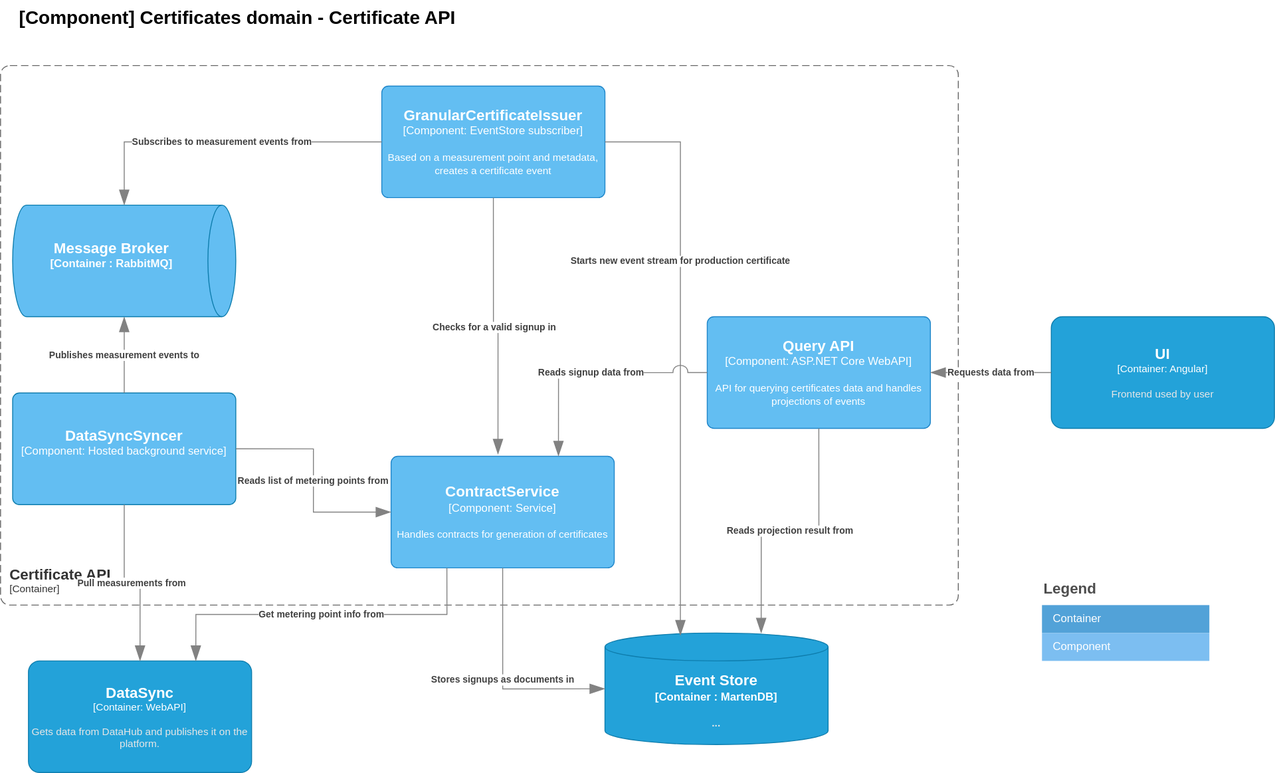
Energinet-DataHub/energy-origin keeps this draw.io diagram as doc/architecture/diagrams/certificates.current.component.certificate.api.drawio.svg. Above is the earlier version. Source tidied: cells renumbered, new cells last; positions are measured from the earlier drawing's top-left corner, leaving out a move shared by most shapes.
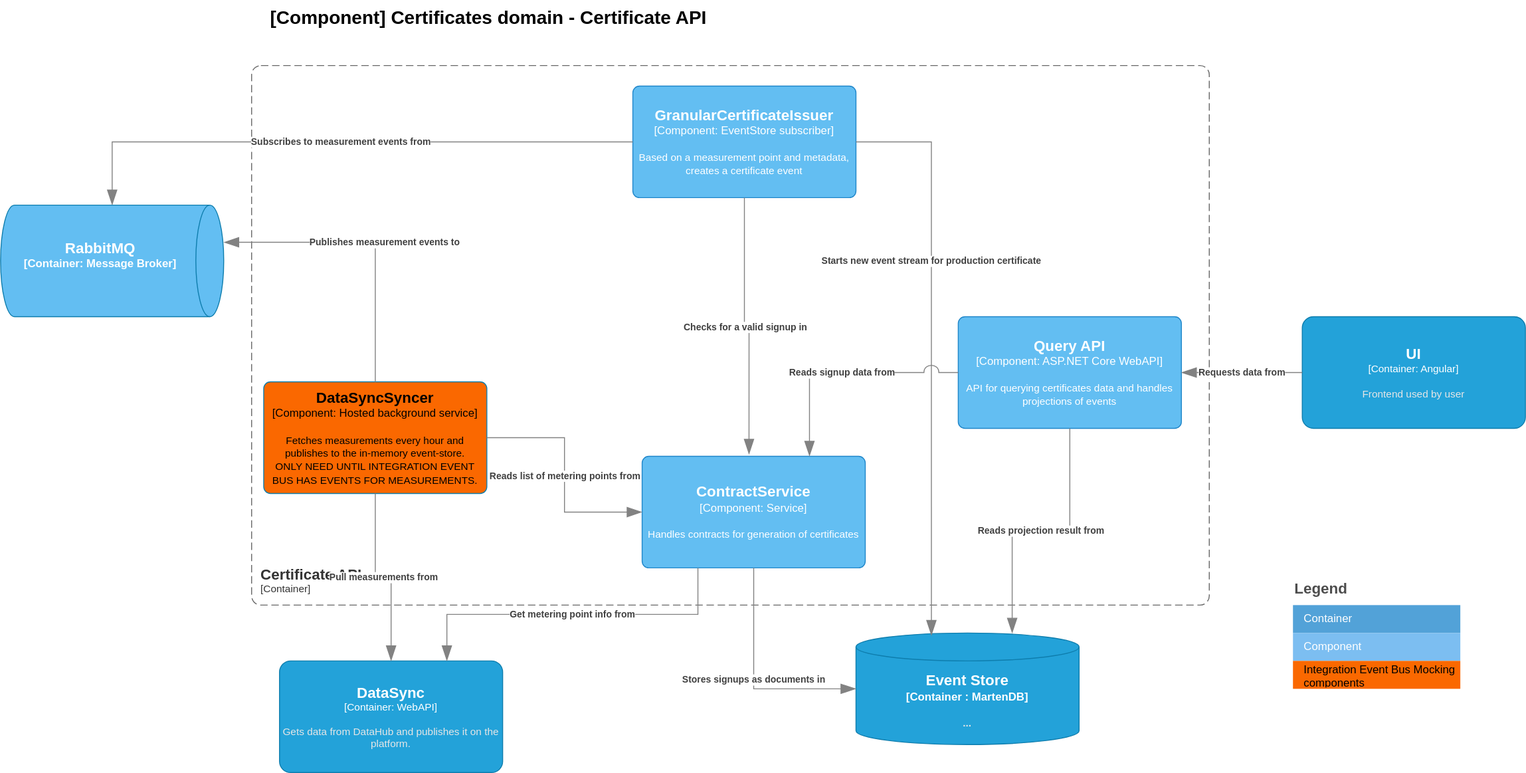
After the change.

Commit message:
Implemented PR review comments

The edit, as a diff of the source:
```diff
@@ -7,9 +7,9 @@
         <mxGeometry y="70" width="1030" height="580" as="geometry" />
       </mxCell>
     </object>
-    <object id="3" label="&lt;font style=&quot;font-size: 16px&quot;&gt;&lt;b&gt;%c4Name%&lt;/b&gt;&lt;/font&gt;&lt;div&gt;[%c4Type%: %c4Technology%]&lt;/div&gt;&lt;br&gt;&lt;div&gt;&lt;font style=&quot;font-size: 11px&quot;&gt;%c4Description%&lt;/font&gt;&lt;/div&gt;" c4Description="" c4Name="DataSyncSyncer" c4Technology="Hosted background service" c4Type="Component" placeholders="1">
-      <mxCell style="rounded=1;whiteSpace=wrap;html=1;labelBackgroundColor=none;fillColor=#63BEF2;align=center;arcSize=6;strokeColor=#0E7DAD;points=[[0.25,0,0],[0.5,0,0],[0.75,0,0],[1,0.25,0],[1,0.5,0],[1,0.75,0],[0.75,1,0],[0.5,1,0],[0.25,1,0],[0,0.75,0],[0,0.5,0],[0,0.25,0]];fontColor=#FFFFFF;" parent="1" vertex="1">
-        <mxGeometry x="13" y="422" width="240" height="120" as="geometry" />
+    <object id="3" label="&lt;font style=&quot;font-size: 16px&quot;&gt;&lt;b&gt;%c4Name%&lt;/b&gt;&lt;/font&gt;&lt;div&gt;[%c4Type%: %c4Technology%]&lt;/div&gt;&lt;br&gt;&lt;div&gt;&lt;font style=&quot;font-size: 11px&quot;&gt;%c4Description%&lt;/font&gt;&lt;/div&gt;" c4Description="Fetches measurements every hour and publishes to the in-memory event-store. &#10;ONLY NEED UNTIL INTEGRATION EVENT BUS HAS EVENTS FOR MEASUREMENTS." c4Name="DataSyncSyncer" c4Technology="Hosted background service" c4Type="Component" placeholders="1">
+      <mxCell style="rounded=1;whiteSpace=wrap;html=1;labelBackgroundColor=none;fillColor=#fa6800;align=center;arcSize=6;strokeColor=#0E7DAD;points=[[0.25,0,0],[0.5,0,0],[0.75,0,0],[1,0.25,0],[1,0.5,0],[1,0.75,0],[0.75,1,0],[0.5,1,0],[0.25,1,0],[0,0.75,0],[0,0.5,0],[0,0.25,0]];fontColor=#000000;" parent="1" vertex="1">
+        <mxGeometry x="13" y="410" width="240" height="120" as="geometry" />
       </mxCell>
     </object>
     <object id="4" label="&lt;font style=&quot;font-size: 16px&quot;&gt;&lt;b&gt;%c4Name%&lt;/b&gt;&lt;/font&gt;&lt;div&gt;[%c4Type%: %c4Technology%]&lt;/div&gt;&lt;br&gt;&lt;div&gt;&lt;font style=&quot;font-size: 11px&quot;&gt;%c4Description%&lt;/font&gt;&lt;/div&gt;" c4Description="Based on a measurement point and metadata, creates a certificate event" c4Name="GranularCertificateIssuer" c4Technology="EventStore subscriber" c4Type="Component" placeholders="1">
@@ -99,9 +99,9 @@
         <mxGeometry relative="1" as="geometry" />
       </mxCell>
     </object>
-    <object id="22" label="&lt;font style=&quot;font-size: 16px&quot;&gt;&lt;b&gt;%c4Type%&lt;/font&gt;&lt;div&gt;[%c4Container%:&amp;nbsp;%c4Technology%]&lt;/div&gt;&lt;br&gt;&lt;div&gt;&lt;font style=&quot;font-size: 11px&quot;&gt;&lt;font color=&quot;#E6E6E6&quot;&gt;%c4Description%&lt;/font&gt;&lt;/div&gt;" c4Container="Container " c4Description="" c4Technology="RabbitMQ" c4Type="Message Broker" placeholders="1">
+    <object id="22" label="&lt;font style=&quot;font-size: 16px&quot;&gt;&lt;b&gt;%c4Type%&lt;/font&gt;&lt;div&gt;[%c4Container%:&amp;nbsp;%c4Technology%]&lt;/div&gt;&lt;br&gt;&lt;div&gt;&lt;font style=&quot;font-size: 11px&quot;&gt;&lt;font color=&quot;#E6E6E6&quot;&gt;%c4Description%&lt;/font&gt;&lt;/div&gt;" c4Container="Container" c4Description="" c4Technology="Message Broker" c4Type="RabbitMQ" placeholders="1">
       <mxCell style="shape=cylinder3;size=15;direction=south;whiteSpace=wrap;html=1;boundedLbl=1;rounded=0;labelBackgroundColor=none;fillColor=#63BEF2;fontSize=12;fontColor=#ffffff;align=center;strokeColor=#0E7DAD;points=[[0.5,0,0],[1,0.25,0],[1,0.5,0],[1,0.75,0],[0.5,1,0],[0,0.75,0],[0,0.5,0],[0,0.25,0]];" parent="1" vertex="1">
-        <mxGeometry x="13" y="220" width="240" height="120" as="geometry" />
+        <mxGeometry x="-270" y="220" width="240" height="120" as="geometry" />
       </mxCell>
     </object>
     <object id="23" label="&lt;div style=&quot;text-align: left&quot;&gt;&lt;div style=&quot;text-align: center&quot;&gt;&lt;b&gt;%c4Description%&lt;/b&gt;&lt;/div&gt;" c4Description="Starts new event stream for production certificate" c4Type="Relationship" placeholders="1">
@@ -124,5 +124,11 @@
         <mxGeometry relative="1" as="geometry" />
       </mxCell>
     </object>
+    <mxCell id="27" style="shape=table;html=1;whiteSpace=wrap;startSize=0;fillColor=none;align=left;spacingLeft=10;strokeColor=none;rounded=1;arcSize=11;fontColor=#FFFFFF;" parent="1" vertex="1">
+      <mxGeometry x="1120" y="710" width="180" height="30" as="geometry" />
+    </mxCell>
+    <mxCell id="28" value="Integration Event Bus Mocking components" style="shape=partialRectangle;html=1;whiteSpace=wrap;fillColor=#FA6800;top=0;left=0;bottom=0;right=0;overflow=hidden;align=left;spacingLeft=10;fontColor=#000000;strokeColor=#2086C9;" parent="27" vertex="1">
+      <mxGeometry width="180" height="30" as="geometry" />
+    </mxCell>
   </root>
 </mxGraphModel>
```
